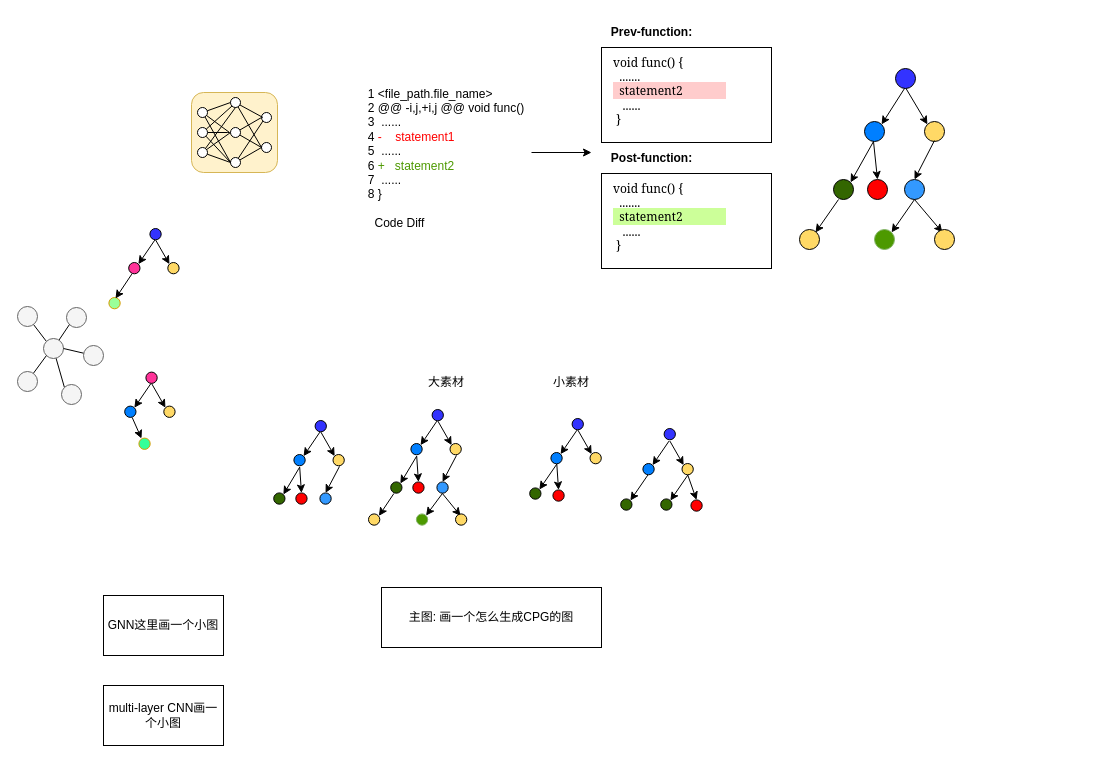
Earlier version of the draw.io diagram page "第 1 页" (1 of 17) of overview.drawio (LxkdGithub/draw.io). Source tidied: cells renumbered, new cells numbered last; positions are measured from the earlier drawing's top-left corner, leaving out a move shared by most shapes. Both pictures are drawn from the tidied source at 100%, with x=0, y=0 at pixel (17, 17).
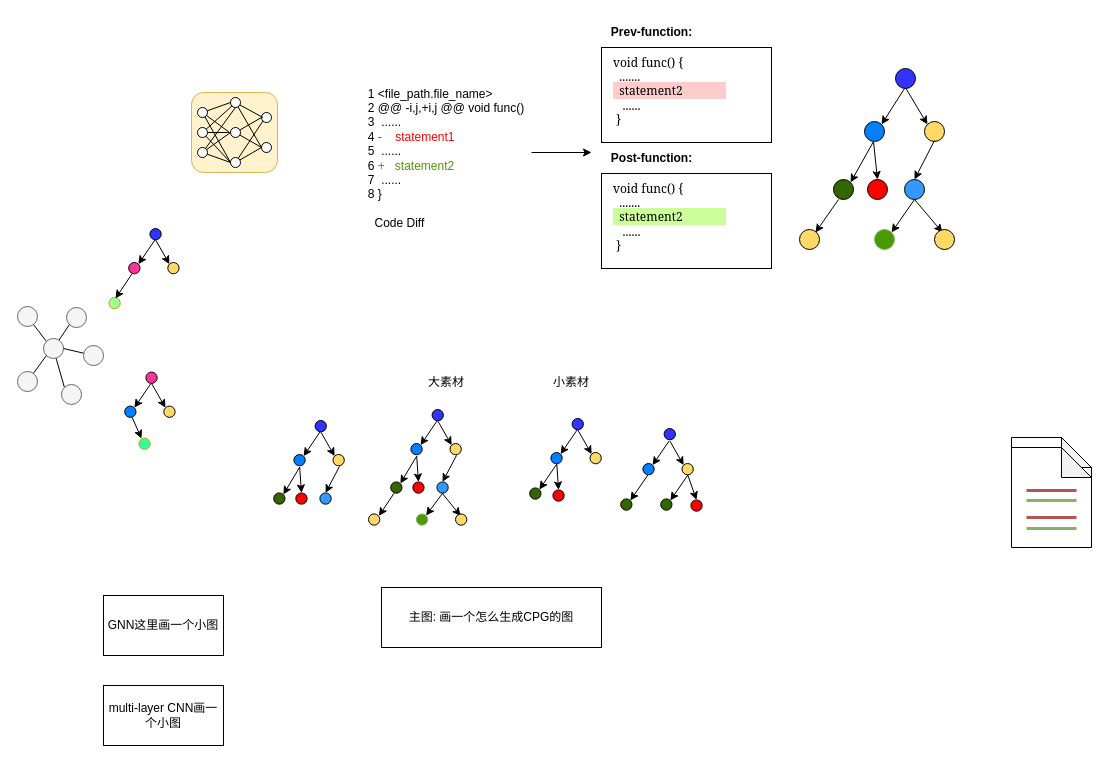
The same page after the edit.

Change to the diagram source:
```diff
@@
+    <mxCell id="139" style="shape=note;backgroundOutline=1;darkOpacity=0.05;" parent="1" vertex="1">
+      <mxGeometry x="994" y="420" width="80" height="100" as="geometry" />
+    </mxCell>
+    <mxCell id="140" style="shape=note;backgroundOutline=1;darkOpacity=0.05;" parent="1" vertex="1">
+      <mxGeometry x="994" y="430" width="80" height="100" as="geometry" />
+    </mxCell>
+    <mxCell id="141" style="endArrow=none;rounded=1;strokeWidth=3;fillColor=#f8cecc;strokeColor=#b85450;" parent="1" edge="1">
+      <mxGeometry relative="1" as="geometry">
+        <mxPoint x="1009" y="473" as="sourcePoint" />
+        <mxPoint x="1059" y="473" as="targetPoint" />
+      </mxGeometry>
+    </mxCell>
+    <mxCell id="142" style="endArrow=none;rounded=1;strokeWidth=3;fillColor=#d5e8d4;strokeColor=#82b366;" parent="1" edge="1">
+      <mxGeometry relative="1" as="geometry">
+        <mxPoint x="1009" y="483" as="sourcePoint" />
+        <mxPoint x="1059" y="483" as="targetPoint" />
+      </mxGeometry>
+    </mxCell>
+    <mxCell id="143" style="endArrow=none;rounded=1;strokeWidth=3;fillColor=#f8cecc;strokeColor=#b85450;" parent="1" edge="1">
+      <mxGeometry relative="1" as="geometry">
+        <mxPoint x="1009" y="500" as="sourcePoint" />
+        <mxPoint x="1059" y="500" as="targetPoint" />
+      </mxGeometry>
+    </mxCell>
+    <mxCell id="144" style="endArrow=none;rounded=1;strokeWidth=3;fillColor=#d5e8d4;strokeColor=#82b366;" parent="1" edge="1">
+      <mxGeometry relative="1" as="geometry">
+        <mxPoint x="1009" y="511" as="sourcePoint" />
+        <mxPoint x="1059" y="511" as="targetPoint" />
+      </mxGeometry>
+    </mxCell>
```
